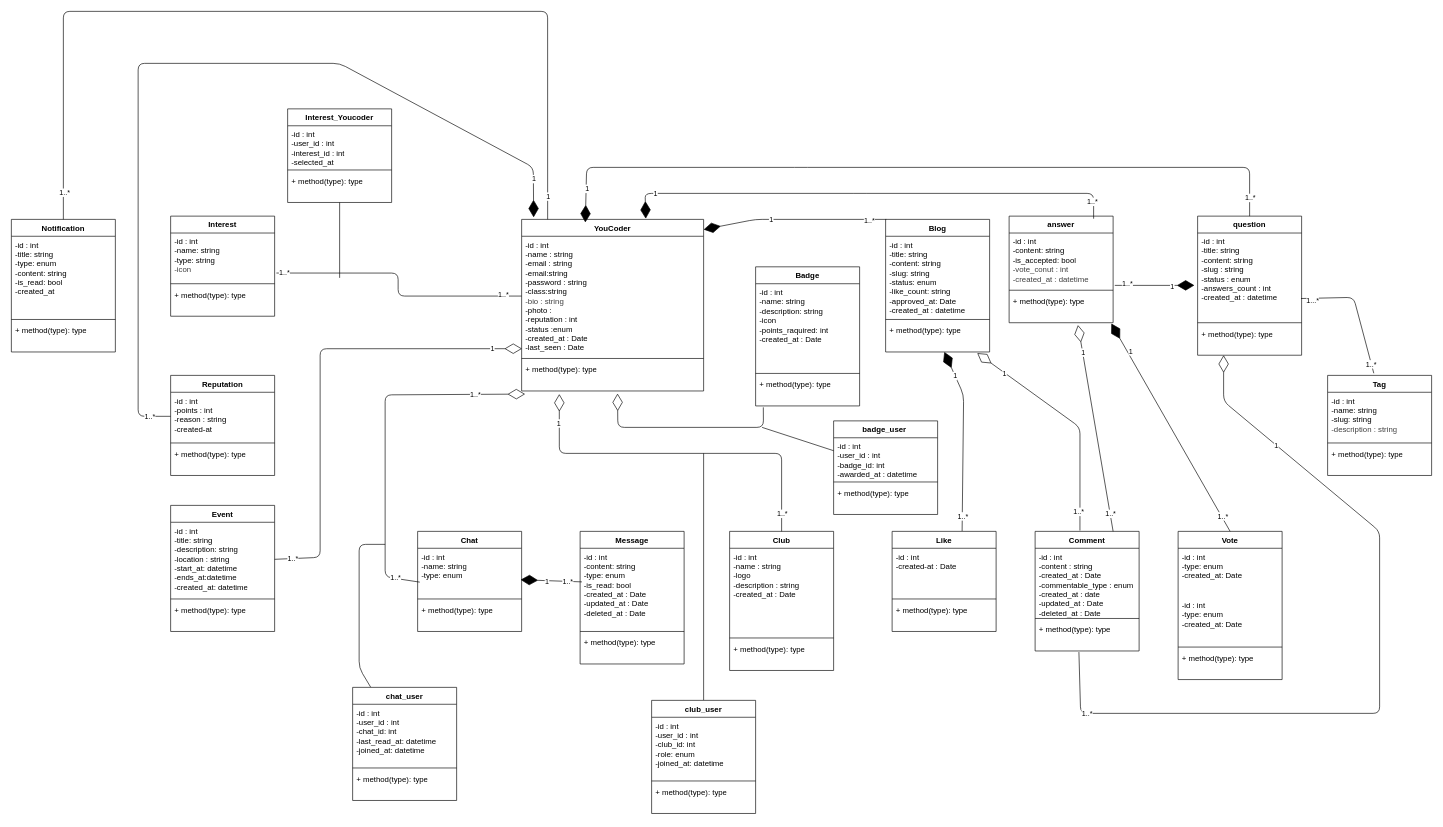
This is docs/Uml.drawio from Mehdi-133/You-Connect, a draw.io file, before an edit. Source tidied: cells renumbered, new cells numbered last; positions are measured from the earlier drawing's top-left corner, leaving out a move shared by most shapes. Both pictures are drawn from the tidied source at 65%, with x=0, y=0 at pixel (11, 11).
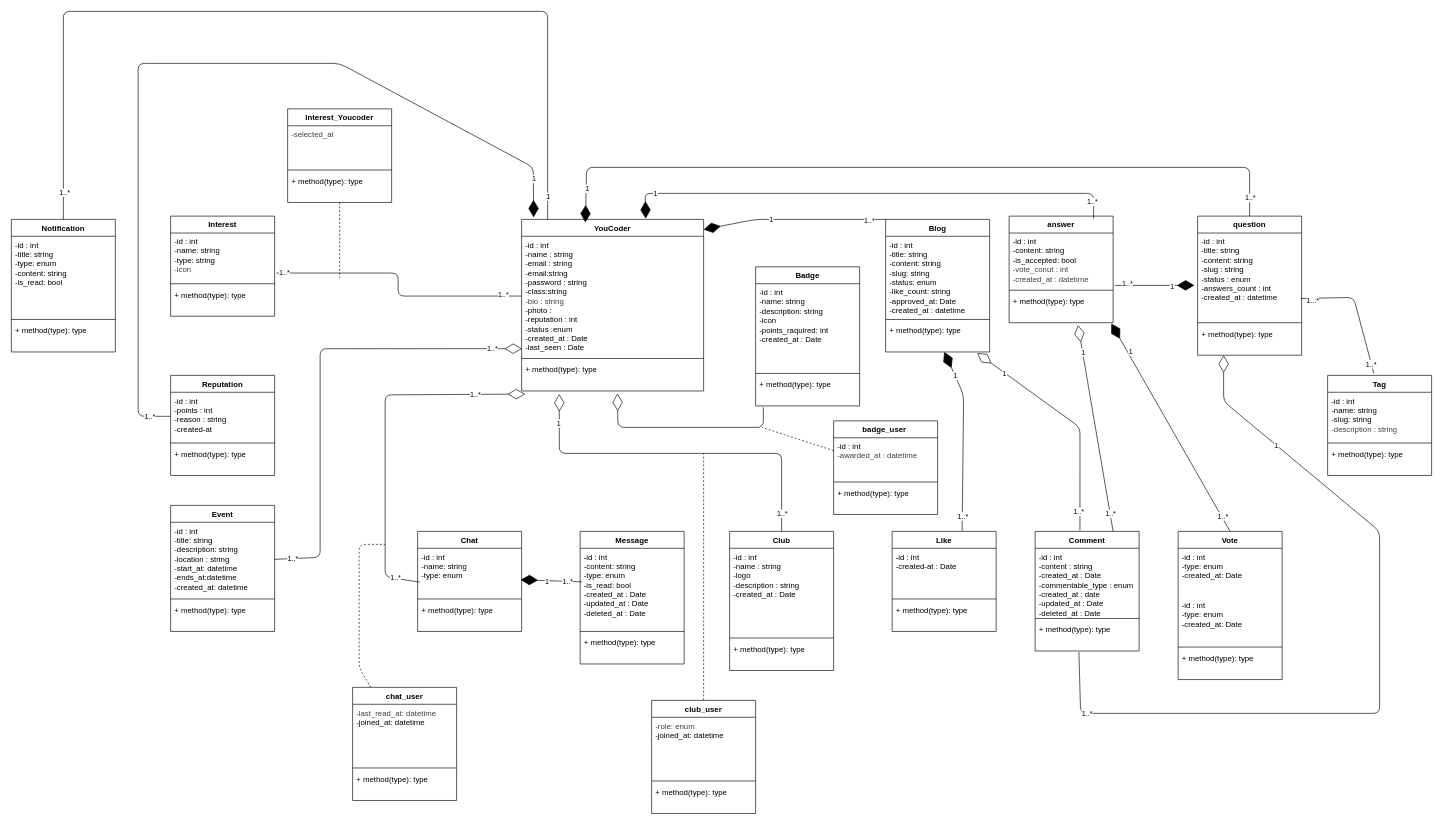
After the change.

The change refers to these unchanged cells:
```xml
<mxCell id="23" value="Interest_Youcoder" style="swimlane;fontStyle=1;align=center;verticalAlign=top;horizontal=1;startSize=26;whiteSpace=wrap;html=1;" parent="1" vertex="1">
  <mxGeometry x="425" y="150" width="160" height="144" as="geometry" />
</mxCell>
<mxCell id="51" value="Notification" style="swimlane;fontStyle=1;align=center;verticalAlign=top;horizontal=1;startSize=26;whiteSpace=wrap;html=1;" parent="1" vertex="1">
  <mxGeometry y="320" width="160" height="204" as="geometry" />
</mxCell>
<mxCell id="86" value="badge_user&amp;nbsp;" style="swimlane;fontStyle=1;align=center;verticalAlign=top;horizontal=1;startSize=26;whiteSpace=wrap;html=1;" parent="1" vertex="1">
  <mxGeometry x="1265" y="630" width="160" height="144" as="geometry" />
</mxCell>
<mxCell id="91" value="club_user" style="swimlane;fontStyle=1;align=center;verticalAlign=top;horizontal=1;startSize=26;whiteSpace=wrap;html=1;" parent="1" vertex="1">
  <mxGeometry x="985" y="1060" width="160" height="174" as="geometry" />
</mxCell>
<mxCell id="96" value="chat_user" style="swimlane;fontStyle=1;align=center;verticalAlign=top;horizontal=1;startSize=26;whiteSpace=wrap;html=1;" parent="1" vertex="1">
  <mxGeometry x="525" y="1040" width="160" height="174" as="geometry" />
</mxCell>
<mxCell id="111" style="endArrow=diamondThin;endFill=0;endSize=24;html=1;entryX=0.002;entryY=0.94;entryDx=0;entryDy=0;entryPerimeter=0;exitX=1;exitY=0.5;exitDx=0;exitDy=0;" parent="1" edge="1" source="101" target="3">
  <mxGeometry relative="1" as="geometry">
    <Array as="points">
      <mxPoint x="475" y="840" />
      <mxPoint x="475" y="519" />
    </Array>
  </mxGeometry>
</mxCell>
```

Change to the diagram source:
```diff
@@
-    <mxCell id="22" style="edgeStyle=none;html=1;endArrow=none;endFill=0;" parent="1" edge="1" source="23">
+    <mxCell id="22" style="edgeStyle=none;html=1;endArrow=none;endFill=0;dashed=1;" parent="1" edge="1" source="23">
       <mxGeometry relative="1" as="geometry">
         <mxPoint x="505" y="410" as="targetPoint" />
       </mxGeometry>
     </mxCell>
@@
-    <mxCell id="24" value="-id : int&lt;div&gt;&lt;font color=&quot;#000000&quot;&gt;-user_id : int&lt;/font&gt;&lt;/div&gt;&lt;div&gt;&lt;font color=&quot;#000000&quot;&gt;-interest_id : int&lt;/font&gt;&lt;/div&gt;&lt;div&gt;&lt;div&gt;-selected_at&lt;/div&gt;&lt;div&gt;&lt;br&gt;&lt;/div&gt;&lt;/div&gt;" style="text;strokeColor=none;fillColor=none;align=left;verticalAlign=top;spacingLeft=4;spacingRight=4;overflow=hidden;whiteSpace=wrap;html=1;" parent="23" vertex="1">
+    <mxCell id="24" value="&lt;div&gt;&lt;span style=&quot;background-color: transparent; color: rgb(63, 63, 63);&quot;&gt;-selected_at&lt;/span&gt;&lt;/div&gt;&lt;div&gt;&lt;div&gt;&lt;br&gt;&lt;/div&gt;&lt;/div&gt;" style="text;strokeColor=none;fillColor=none;align=left;verticalAlign=top;spacingLeft=4;spacingRight=4;overflow=hidden;whiteSpace=wrap;html=1;" parent="23" vertex="1">
       <mxGeometry y="26" width="160" height="64" as="geometry" />
     </mxCell>
@@
-    <mxCell id="52" value="-id : int&lt;div&gt;-title: string&lt;/div&gt;&lt;div&gt;-type: enum&lt;/div&gt;&lt;div&gt;-content: string&amp;nbsp;&lt;/div&gt;&lt;div&gt;-is_read: bool&lt;/div&gt;&lt;div&gt;-created_at&lt;/div&gt;" style="text;strokeColor=none;fillColor=none;align=left;verticalAlign=top;spacingLeft=4;spacingRight=4;overflow=hidden;whiteSpace=wrap;html=1;" parent="51" vertex="1">
+    <mxCell id="52" value="-id : int&lt;div&gt;-title: string&lt;/div&gt;&lt;div&gt;-type: enum&lt;/div&gt;&lt;div&gt;-content: string&amp;nbsp;&lt;/div&gt;&lt;div&gt;-is_read: bool&lt;/div&gt;" style="text;strokeColor=none;fillColor=none;align=left;verticalAlign=top;spacingLeft=4;spacingRight=4;overflow=hidden;whiteSpace=wrap;html=1;" parent="51" vertex="1">
       <mxGeometry y="26" width="160" height="124" as="geometry" />
     </mxCell>
@@
-    <mxCell id="85" style="edgeStyle=none;html=1;endArrow=none;endFill=0;" parent="1" edge="1" source="86">
+    <mxCell id="85" style="edgeStyle=none;html=1;endArrow=none;endFill=0;dashed=1;" parent="1" edge="1" source="86">
       <mxGeometry relative="1" as="geometry">
         <mxPoint x="1155" y="640" as="targetPoint" />
       </mxGeometry>
     </mxCell>
@@
-    <mxCell id="87" value="-id : int&lt;div&gt;&lt;font color=&quot;#000000&quot;&gt;-user_id : int&lt;/font&gt;&lt;/div&gt;&lt;div&gt;&lt;font color=&quot;#000000&quot;&gt;-badge_id: int&lt;/font&gt;&lt;/div&gt;&lt;div&gt;&lt;div&gt;-awarded_at : datetime&lt;/div&gt;&lt;div&gt;&lt;br&gt;&lt;/div&gt;&lt;/div&gt;" style="text;strokeColor=none;fillColor=none;align=left;verticalAlign=top;spacingLeft=4;spacingRight=4;overflow=hidden;whiteSpace=wrap;html=1;" parent="86" vertex="1">
+    <mxCell id="87" value="-id : int&lt;div&gt;&lt;span style=&quot;color: rgb(63, 63, 63); background-color: transparent;&quot;&gt;-awarded_at : datetime&lt;/span&gt;&lt;/div&gt;&lt;div&gt;&lt;div&gt;&lt;br&gt;&lt;/div&gt;&lt;/div&gt;" style="text;strokeColor=none;fillColor=none;align=left;verticalAlign=top;spacingLeft=4;spacingRight=4;overflow=hidden;whiteSpace=wrap;html=1;" parent="86" vertex="1">
       <mxGeometry y="26" width="160" height="64" as="geometry" />
     </mxCell>
@@
-    <mxCell id="90" style="edgeStyle=none;html=1;endArrow=none;endFill=0;" parent="1" edge="1" source="91">
+    <mxCell id="90" style="edgeStyle=none;html=1;endArrow=none;endFill=0;dashed=1;" parent="1" edge="1" source="91">
       <mxGeometry relative="1" as="geometry">
         <mxPoint x="1065" y="680" as="targetPoint" />
       </mxGeometry>
     </mxCell>
@@
-    <mxCell id="92" value="-id : int&lt;div&gt;&lt;font color=&quot;#000000&quot;&gt;-user_id : int&lt;/font&gt;&lt;/div&gt;&lt;div&gt;&lt;font color=&quot;#000000&quot;&gt;-club_id: int&lt;/font&gt;&lt;/div&gt;&lt;div&gt;&lt;div&gt;-role: enum&lt;/div&gt;&lt;div&gt;-joined_at: datetime&lt;/div&gt;&lt;div&gt;&lt;br&gt;&lt;/div&gt;&lt;/div&gt;" style="text;strokeColor=none;fillColor=none;align=left;verticalAlign=top;spacingLeft=4;spacingRight=4;overflow=hidden;whiteSpace=wrap;html=1;" parent="91" vertex="1">
+    <mxCell id="92" value="&lt;div&gt;&lt;span style=&quot;background-color: transparent; color: rgb(63, 63, 63);&quot;&gt;-role: enum&lt;/span&gt;&lt;/div&gt;&lt;div&gt;&lt;div&gt;-joined_at: datetime&lt;/div&gt;&lt;div&gt;&lt;br&gt;&lt;/div&gt;&lt;/div&gt;" style="text;strokeColor=none;fillColor=none;align=left;verticalAlign=top;spacingLeft=4;spacingRight=4;overflow=hidden;whiteSpace=wrap;html=1;" parent="91" vertex="1">
       <mxGeometry y="26" width="160" height="94" as="geometry" />
     </mxCell>
@@
-    <mxCell id="95" style="edgeStyle=none;html=1;endArrow=none;endFill=0;" parent="1" edge="1" source="96">
+    <mxCell id="95" style="edgeStyle=none;html=1;endArrow=none;endFill=0;dashed=1;" parent="1" edge="1" source="96">
       <mxGeometry relative="1" as="geometry">
         <mxPoint x="575" y="820" as="targetPoint" />
         <Array as="points">
           <mxPoint x="535" y="1010" />
           <mxPoint x="535" y="820" />
         </Array>
       </mxGeometry>
     </mxCell>
@@
-    <mxCell id="97" value="-id : int&lt;div&gt;&lt;font color=&quot;#000000&quot;&gt;-user_id : int&lt;/font&gt;&lt;/div&gt;&lt;div&gt;&lt;font color=&quot;#000000&quot;&gt;-chat_id: int&lt;/font&gt;&lt;/div&gt;&lt;div&gt;&lt;div&gt;-last_read_at: datetime&lt;/div&gt;&lt;div&gt;-joined_at: datetime&lt;/div&gt;&lt;div&gt;&lt;br&gt;&lt;/div&gt;&lt;/div&gt;" style="text;strokeColor=none;fillColor=none;align=left;verticalAlign=top;spacingLeft=4;spacingRight=4;overflow=hidden;whiteSpace=wrap;html=1;" parent="96" vertex="1">
+    <mxCell id="97" value="&lt;div&gt;&lt;span style=&quot;color: rgb(63, 63, 63); background-color: transparent;&quot;&gt;-last_read_at: datetime&lt;/span&gt;&lt;/div&gt;&lt;div&gt;&lt;div&gt;-joined_at: datetime&lt;/div&gt;&lt;div&gt;&lt;br&gt;&lt;/div&gt;&lt;/div&gt;" style="text;strokeColor=none;fillColor=none;align=left;verticalAlign=top;spacingLeft=4;spacingRight=4;overflow=hidden;whiteSpace=wrap;html=1;" parent="96" vertex="1">
       <mxGeometry y="26" width="160" height="94" as="geometry" />
     </mxCell>
@@
-    <mxCell id="112" value="1" style="edgeLabel;html=1;align=center;verticalAlign=middle;" parent="111" vertex="1">
+    <mxCell id="112" value="1..*" style="edgeLabel;html=1;align=center;verticalAlign=middle;" parent="111" vertex="1">
       <mxGeometry x="0.87" relative="1" as="geometry" />
     </mxCell>
```
